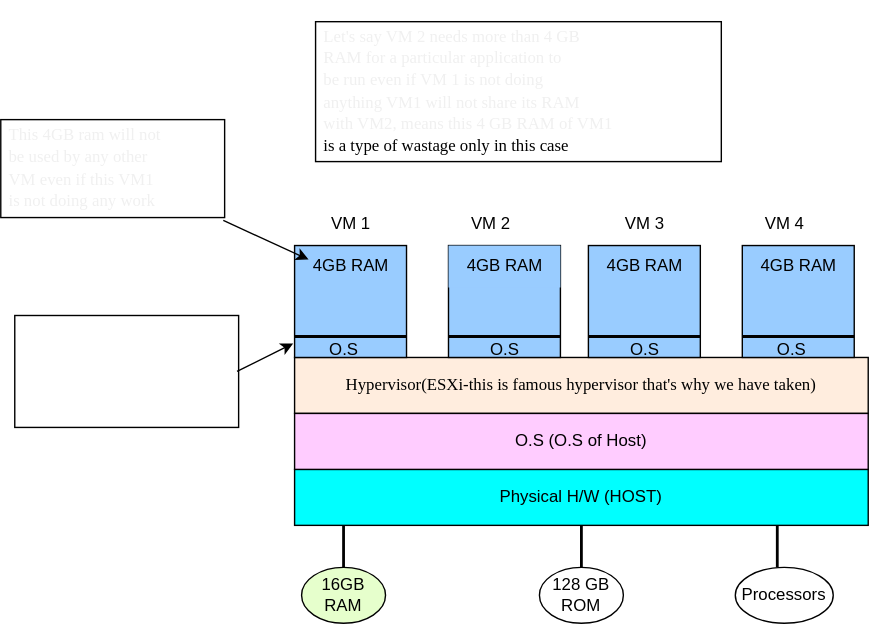
Before: diagrams/Hardware_level_Virtualization.drawio.svg, a diagram exported from draw.io (pathakch/Docker). Source tidied: cells renumbered, new cells last; positions are measured from the earlier drawing's top-left corner, leaving out a move shared by most shapes.
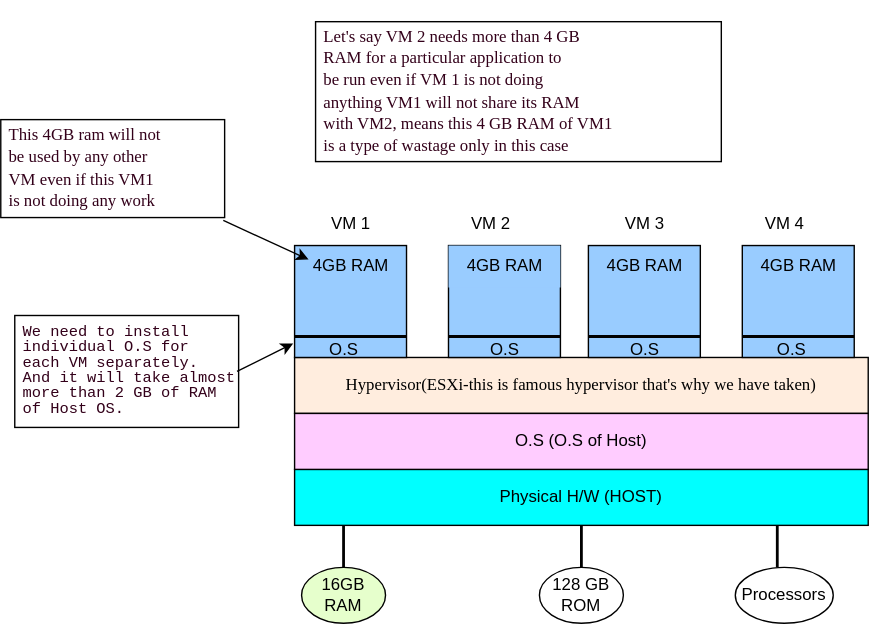
After the commit.

Change to the diagram source:
```diff
@@ -89,19 +89,19 @@
     <mxCell id="30" style="line;strokeWidth=2;direction=south;html=1;" parent="1" vertex="1">
       <mxGeometry x="550" y="360" width="10" height="30" as="geometry" />
     </mxCell>
-    <mxCell id="31" value="&lt;div style=&quot;font-size: 11px; line-height: 100%;&quot;&gt;&lt;font color=&quot;#ffffff&quot; style=&quot;font-size: 11px;&quot;&gt;We need to install&lt;br style=&quot;&quot;&gt;individual O.S for&lt;br style=&quot;&quot;&gt;each VM separately.&lt;br&gt;And it will take almost&amp;nbsp;&lt;br&gt;more than 2 GB of RAM&lt;br&gt;of Host OS.&lt;/font&gt;&lt;/div&gt;" style="strokeWidth=1;shadow=0;dashed=0;align=left;html=1;shape=mxgraph.mockup.text.textBox;align=left;fontSize=17;spacingLeft=4;spacingTop=-3;mainText=;fontFamily=Courier New;" parent="1" vertex="1">
+    <mxCell id="31" value="&lt;div style=&quot;font-size: 11px; line-height: 100%;&quot;&gt;&lt;font color=&quot;#33001a&quot; style=&quot;font-size: 11px;&quot;&gt;We need to install&lt;br style=&quot;&quot;&gt;individual O.S for&lt;br style=&quot;&quot;&gt;each VM separately.&lt;br&gt;And it will take almost&amp;nbsp;&lt;br&gt;more than 2 GB of RAM&lt;br&gt;of Host OS.&lt;/font&gt;&lt;/div&gt;" style="strokeWidth=1;shadow=0;dashed=0;align=left;html=1;shape=mxgraph.mockup.text.textBox;align=left;fontSize=17;spacingLeft=4;spacingTop=-3;mainText=;fontFamily=Courier New;" parent="1" vertex="1">
       <mxGeometry x="10" y="210" width="160" height="80" as="geometry" />
     </mxCell>
     <mxCell id="32" style="endArrow=classic;html=1;fontFamily=Courier New;fontSize=10;exitX=0.993;exitY=0.5;exitDx=0;exitDy=0;exitPerimeter=0;entryX=-0.012;entryY=0.875;entryDx=0;entryDy=0;entryPerimeter=0;" parent="1" edge="1" source="31" target="4">
       <mxGeometry relative="1" as="geometry" />
     </mxCell>
-    <mxCell id="33" value="&lt;p style=&quot;line-height: 80%;&quot;&gt;&lt;span style=&quot;color: rgb(240, 240, 240); font-size: 12px;&quot;&gt;This 4GB ram will not &lt;br&gt;be used by any other&lt;/span&gt;&lt;br style=&quot;color: rgb(240, 240, 240); font-size: 12px;&quot;&gt;&lt;span style=&quot;color: rgb(240, 240, 240); font-size: 12px;&quot;&gt;VM even if this VM1 &lt;br&gt;is not doing any work&lt;/span&gt;&lt;/p&gt;" style="strokeWidth=1;shadow=0;dashed=0;align=left;html=1;shape=mxgraph.mockup.text.textBox;align=left;fontSize=17;spacingLeft=4;spacingTop=-3;mainText=;fontFamily=Lucida Console;" parent="1" vertex="1">
+    <mxCell id="33" value="&lt;p style=&quot;line-height: 80%;&quot;&gt;&lt;font color=&quot;#33001a&quot;&gt;&lt;span style=&quot;font-size: 12px;&quot;&gt;This 4GB ram will not &lt;br&gt;be used by any other&lt;/span&gt;&lt;br style=&quot;font-size: 12px;&quot;&gt;&lt;span style=&quot;font-size: 12px;&quot;&gt;VM even if this VM1 &lt;br&gt;is not doing any work&lt;/span&gt;&lt;/font&gt;&lt;/p&gt;" style="strokeWidth=1;shadow=0;dashed=0;align=left;html=1;shape=mxgraph.mockup.text.textBox;align=left;fontSize=17;spacingLeft=4;spacingTop=-3;mainText=;fontFamily=Lucida Console;" parent="1" vertex="1">
       <mxGeometry y="70" width="160" height="70" as="geometry" />
     </mxCell>
     <mxCell id="34" style="endArrow=classic;html=1;fontFamily=Lucida Console;fontSize=10;exitX=0.994;exitY=1.029;exitDx=0;exitDy=0;exitPerimeter=0;entryX=0.125;entryY=0.333;entryDx=0;entryDy=0;entryPerimeter=0;" parent="1" edge="1" source="33" target="13">
       <mxGeometry relative="1" as="geometry" />
     </mxCell>
-    <mxCell id="35" value="&lt;p style=&quot;line-height: 80%;&quot;&gt;&lt;span style=&quot;color: rgb(240, 240, 240); font-size: 12px; text-align: center;&quot;&gt;Let's say VM 2 needs more than 4 GB&lt;/span&gt;&lt;br style=&quot;color: rgb(240, 240, 240); font-size: 12px; text-align: center;&quot;&gt;&lt;span style=&quot;color: rgb(240, 240, 240); font-size: 12px; text-align: center;&quot;&gt;RAM for a particular&amp;nbsp;application to &lt;br&gt;be run&amp;nbsp;&lt;/span&gt;&lt;span style=&quot;color: rgb(240, 240, 240); font-size: 12px; text-align: center;&quot;&gt;even if VM 1 is not doing &lt;br&gt;anything VM1&amp;nbsp;&lt;/span&gt;&lt;span style=&quot;color: rgb(240, 240, 240); font-size: 12px; text-align: center;&quot;&gt;will not share its RAM &lt;br&gt;with VM2, means this 4 GB RAM of VM1&amp;nbsp;&lt;br&gt;&lt;/span&gt;&lt;font style=&quot;font-size: 12px;&quot;&gt;is a type of wastage only in this case&lt;/font&gt;&lt;/p&gt;" style="strokeWidth=1;shadow=0;dashed=0;align=left;html=1;shape=mxgraph.mockup.text.textBox;align=left;fontSize=17;spacingLeft=4;spacingTop=-3;mainText=;fontFamily=Lucida Console;" parent="1" vertex="1">
+    <mxCell id="35" value="&lt;p style=&quot;line-height: 80%;&quot;&gt;&lt;font color=&quot;#33001a&quot;&gt;&lt;span style=&quot;font-size: 12px; text-align: center;&quot;&gt;Let's say VM 2 needs more than 4 GB&lt;/span&gt;&lt;br style=&quot;font-size: 12px; text-align: center;&quot;&gt;&lt;span style=&quot;font-size: 12px; text-align: center;&quot;&gt;RAM for a particular&amp;nbsp;application to &lt;br&gt;be run&amp;nbsp;&lt;/span&gt;&lt;span style=&quot;font-size: 12px; text-align: center;&quot;&gt;even if VM 1 is not doing &lt;br&gt;anything VM1&amp;nbsp;&lt;/span&gt;&lt;span style=&quot;font-size: 12px; text-align: center;&quot;&gt;will not share its RAM &lt;br&gt;with VM2, means this 4 GB RAM of VM1&amp;nbsp;&lt;br&gt;&lt;/span&gt;&lt;font style=&quot;font-size: 12px;&quot;&gt;is a type of wastage only in this case&lt;/font&gt;&lt;/font&gt;&lt;/p&gt;" style="strokeWidth=1;shadow=0;dashed=0;align=left;html=1;shape=mxgraph.mockup.text.textBox;align=left;fontSize=17;spacingLeft=4;spacingTop=-3;mainText=;fontFamily=Lucida Console;" parent="1" vertex="1">
       <mxGeometry x="225" width="290" height="100" as="geometry" />
     </mxCell>
   </root>
```
